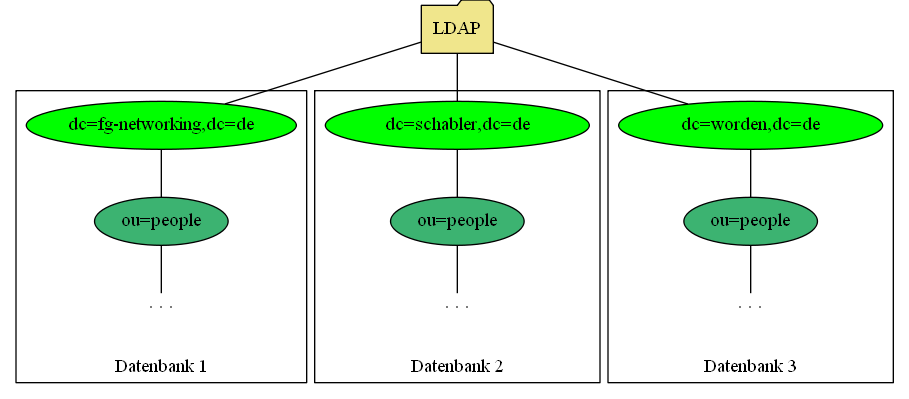
Before: Presentation LDAP-RADIUS/Bilder/LDAP-fgn-planned.png, a diagram exported from Graphviz (Gabelvampir/ty-stuff). Its source is kept beside it as Presentation LDAP-RADIUS/Bilder/LDAP-fgn-planned.dot.
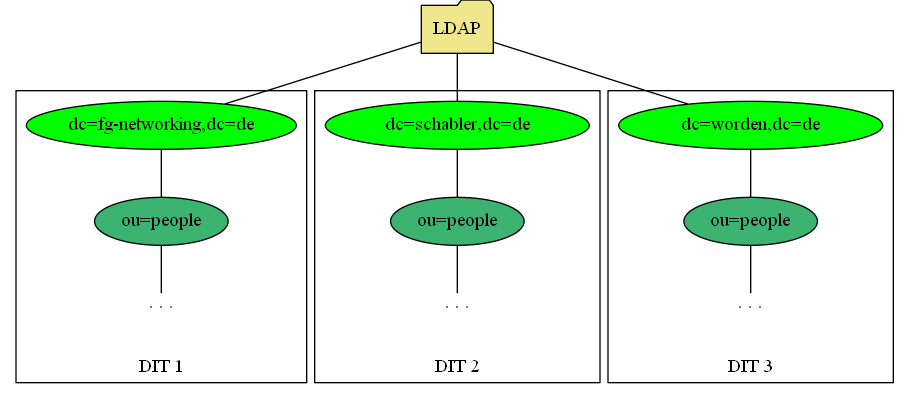
The same file after the commit.

Commit message:
presentation:  changed details in the LDAP diagrams

Diff of the diagram source:
```diff
@@ -4,21 +4,21 @@
   fgn [label="dc=fg-networking,dc=de", style="filled", fillcolor="green", width=2.75];
   people1 [label="ou=people", style="filled", fillcolor="mediumseagreen"];
   fgnpe [label=". . .", labelloc="t", shape="plaintext"];
-  label="Datenbank 1";
+  label="DIT 1";
   labelloc=b;
 }
   subgraph cluster_schabler{
   schabler [label="dc=schabler,dc=de", style="filled", fillcolor="green", width=2.75];
   people2 [label="ou=people", style="filled", fillcolor="mediumseagreen"];
   schabpe [label=". . .", labelloc="t", shape="plaintext"];
-  label="Datenbank 2";
+  label="DIT 2";
   labelloc=b;
 }
   subgraph cluster_worden{
   worden [label="dc=worden,dc=de", style="filled", fillcolor="green", width=2.75];
   people3 [label="ou=people", style="filled", fillcolor="mediumseagreen"];
   wordpe [label=". . .", labelloc="t", shape="plaintext"];
-  label="Datenbank 3";
+  label="DIT 3";
   labelloc=b;
 }
   root [label="LDAP", shape=folder, style="filled", fillcolor="khaki"];
```
